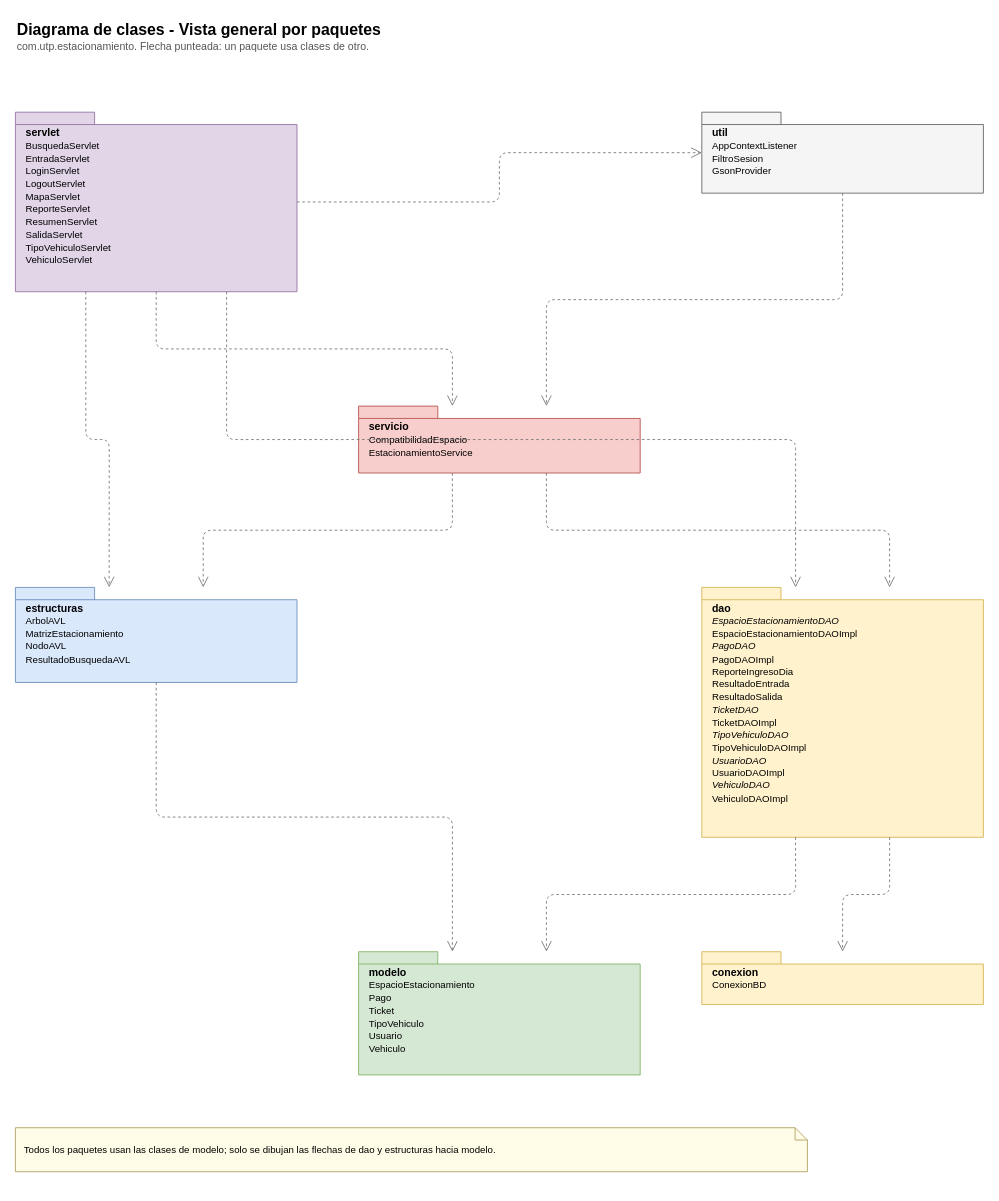
The draw.io diagram page "1. Vista general" (1 of 5) of docs/entregables/diagrama-clases.drawio in bryanG0D/Algoritmo-y-estructura-de-datos, before the edit. Source tidied: cells renumbered, new cells numbered last; positions are measured from the earlier drawing's top-left corner, leaving out a move shared by most shapes. Both pictures are drawn from the tidied source at 88%, with x=0, y=0 at pixel (15, 15).
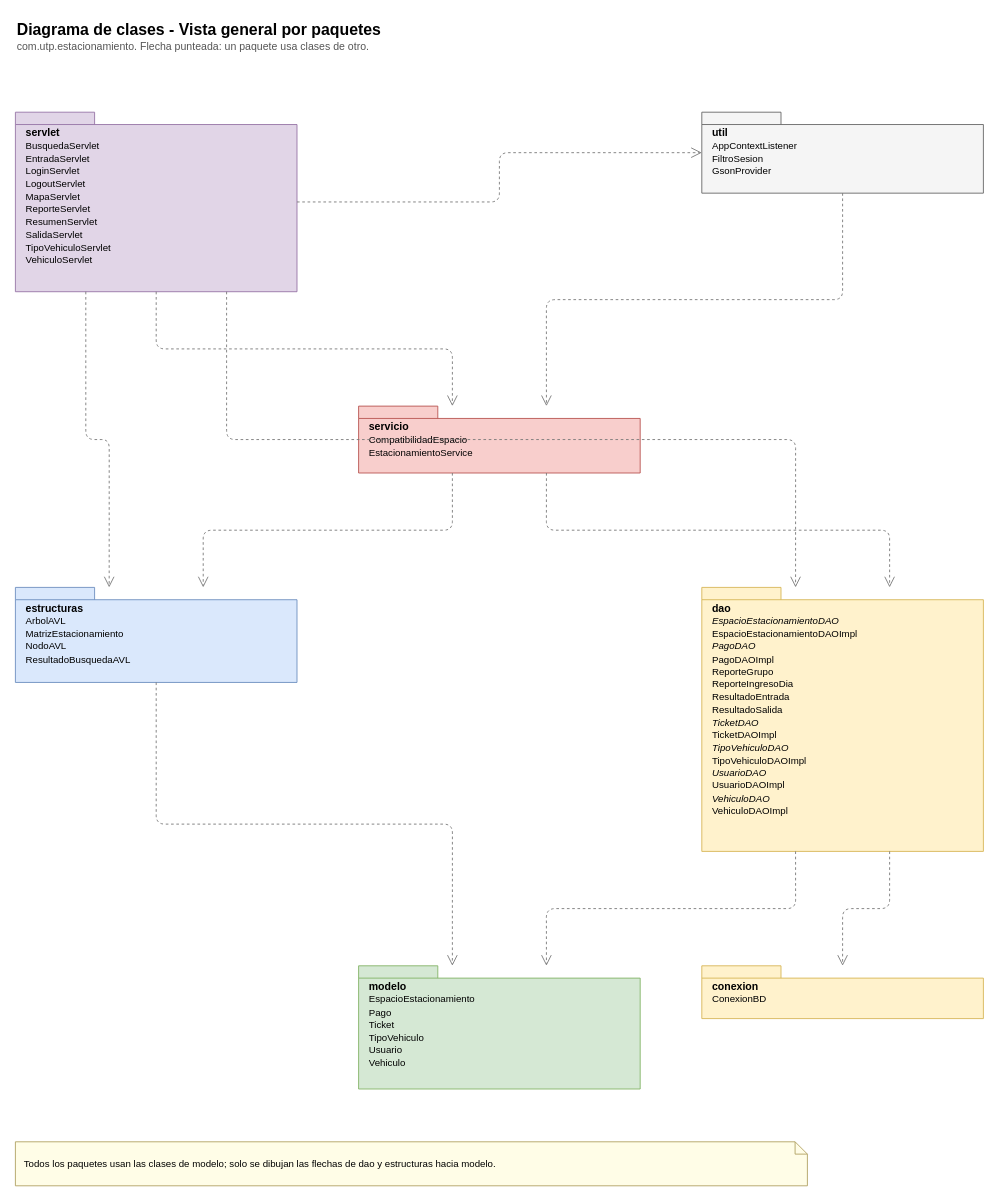
The same diagram, later.

Diff of the diagram source:
```diff
@@
-    <mxCell id="7" value="&lt;b&gt;dao&lt;/b&gt;&lt;br&gt;&lt;font style=&quot;font-size:11px&quot;&gt;&lt;i&gt;EspacioEstacionamientoDAO&lt;/i&gt;&lt;br&gt;EspacioEstacionamientoDAOImpl&lt;br&gt;&lt;i&gt;PagoDAO&lt;/i&gt;&lt;br&gt;PagoDAOImpl&lt;br&gt;ReporteIngresoDia&lt;br&gt;ResultadoEntrada&lt;br&gt;ResultadoSalida&lt;br&gt;&lt;i&gt;TicketDAO&lt;/i&gt;&lt;br&gt;TicketDAOImpl&lt;br&gt;&lt;i&gt;TipoVehiculoDAO&lt;/i&gt;&lt;br&gt;TipoVehiculoDAOImpl&lt;br&gt;&lt;i&gt;UsuarioDAO&lt;/i&gt;&lt;br&gt;UsuarioDAOImpl&lt;br&gt;&lt;i&gt;VehiculoDAO&lt;/i&gt;&lt;br&gt;VehiculoDAOImpl&lt;/font&gt;" style="shape=folder;fontStyle=0;spacingTop=10;tabWidth=90;tabHeight=14;tabPosition=left;html=1;whiteSpace=wrap;align=left;verticalAlign=top;spacingLeft=10;fillColor=#fff2cc;strokeColor=#d6b656;" parent="1" vertex="1">
-      <mxGeometry x="780" y="650" width="320" height="284" as="geometry" />
+    <mxCell id="7" value="&lt;b&gt;dao&lt;/b&gt;&lt;br&gt;&lt;font style=&quot;font-size:11px&quot;&gt;&lt;i&gt;EspacioEstacionamientoDAO&lt;/i&gt;&lt;br&gt;EspacioEstacionamientoDAOImpl&lt;br&gt;&lt;i&gt;PagoDAO&lt;/i&gt;&lt;br&gt;PagoDAOImpl&lt;br&gt;ReporteGrupo&lt;br&gt;ReporteIngresoDia&lt;br&gt;ResultadoEntrada&lt;br&gt;ResultadoSalida&lt;br&gt;&lt;i&gt;TicketDAO&lt;/i&gt;&lt;br&gt;TicketDAOImpl&lt;br&gt;&lt;i&gt;TipoVehiculoDAO&lt;/i&gt;&lt;br&gt;TipoVehiculoDAOImpl&lt;br&gt;&lt;i&gt;UsuarioDAO&lt;/i&gt;&lt;br&gt;UsuarioDAOImpl&lt;br&gt;&lt;i&gt;VehiculoDAO&lt;/i&gt;&lt;br&gt;VehiculoDAOImpl&lt;/font&gt;" style="shape=folder;fontStyle=0;spacingTop=10;tabWidth=90;tabHeight=14;tabPosition=left;html=1;whiteSpace=wrap;align=left;verticalAlign=top;spacingLeft=10;fillColor=#fff2cc;strokeColor=#d6b656;" parent="1" vertex="1">
+      <mxGeometry x="780" y="650" width="320" height="300" as="geometry" />
     </mxCell>
     <mxCell id="8" value="&lt;b&gt;modelo&lt;/b&gt;&lt;br&gt;&lt;font style=&quot;font-size:11px&quot;&gt;EspacioEstacionamiento&lt;br&gt;Pago&lt;br&gt;Ticket&lt;br&gt;TipoVehiculo&lt;br&gt;Usuario&lt;br&gt;Vehiculo&lt;/font&gt;" style="shape=folder;fontStyle=0;spacingTop=10;tabWidth=90;tabHeight=14;tabPosition=left;html=1;whiteSpace=wrap;align=left;verticalAlign=top;spacingLeft=10;fillColor=#d5e8d4;strokeColor=#82b366;" parent="1" vertex="1">
-      <mxGeometry x="390" y="1064" width="320" height="140" as="geometry" />
+      <mxGeometry x="390" y="1080" width="320" height="140" as="geometry" />
     </mxCell>
     <mxCell id="9" value="&lt;b&gt;conexion&lt;/b&gt;&lt;br&gt;&lt;font style=&quot;font-size:11px&quot;&gt;ConexionBD&lt;/font&gt;" style="shape=folder;fontStyle=0;spacingTop=10;tabWidth=90;tabHeight=14;tabPosition=left;html=1;whiteSpace=wrap;align=left;verticalAlign=top;spacingLeft=10;fillColor=#fff2cc;strokeColor=#d6b656;" parent="1" vertex="1">
-      <mxGeometry x="780" y="1064" width="320" height="60" as="geometry" />
+      <mxGeometry x="780" y="1080" width="320" height="60" as="geometry" />
     </mxCell>
@@
     <mxCell id="20" value="Todos los paquetes usan las clases de modelo; solo se dibujan las flechas de dao y estructuras hacia modelo." style="shape=note;whiteSpace=wrap;html=1;size=14;align=left;spacingLeft=8;fontSize=11;fillColor=#fffde7;strokeColor=#b0a060;" parent="1" vertex="1">
-      <mxGeometry y="1264" width="900" height="50" as="geometry" />
+      <mxGeometry y="1280" width="900" height="50" as="geometry" />
     </mxCell>
```
